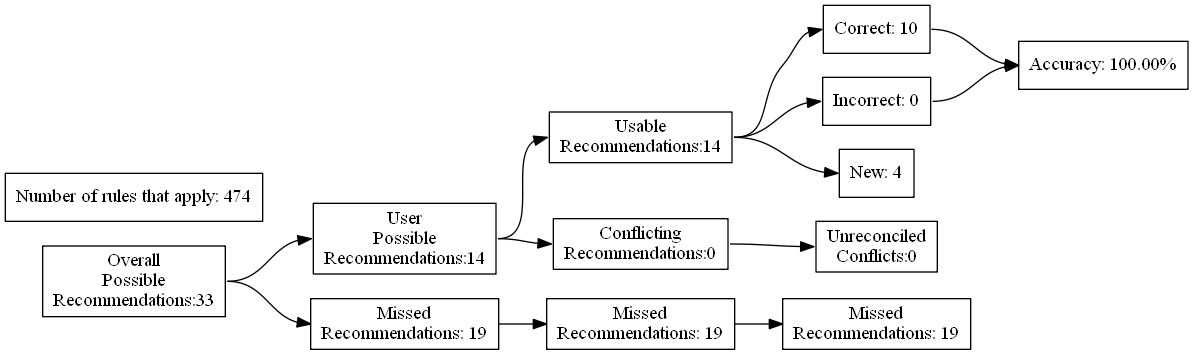
Earlier version of the Graphviz export test_renders/63.gv.png (ZaxR/ibd_diet_analysis). Its source is kept beside it as test_renders/63.gv.
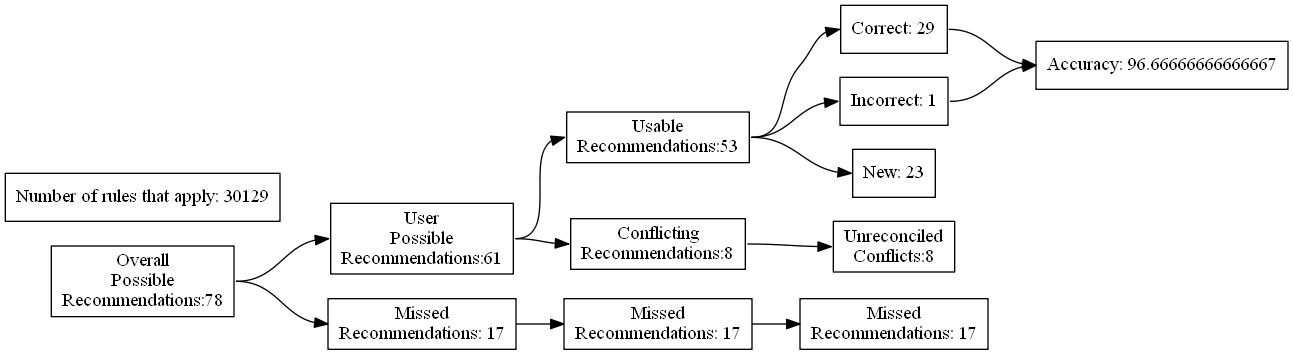
Above is the later version.

Change to the diagram source:
```diff
@@ -4,27 +4,27 @@
 	edge [headport=w tailport=e]
 		A [label="Overall
 Possible
-Recommendations:33"]
+Recommendations:78"]
 		B [label="User
 Possible
-Recommendations:14"]
+Recommendations:61"]
 		C [label="Missed
-Recommendations: 19"]
+Recommendations: 17"]
 		D [label="Usable
-Recommendations:14"]
+Recommendations:53"]
 		E [label="Conflicting
-Recommendations:0"]
+Recommendations:8"]
 		J [label="Missed
-Recommendations: 19"]
+Recommendations: 17"]
 		M [label="Unreconciled
-Conflicts:0"]
-		F [label="Correct: 10"]
-		G [label="Incorrect: 0"]
-		H [label="New: 4"]
+Conflicts:8"]
+		F [label="Correct: 29"]
+		G [label="Incorrect: 1"]
+		H [label="New: 23"]
 		K [label="Missed
-Recommendations: 19"]
-		I [label="Accuracy: 100.00%"]
-		l [label="Number of rules that apply: 474"]
+Recommendations: 17"]
+		I [label="Accuracy: 96.66666666666667"]
+		l [label="Number of rules that apply: 30129"]
 			A -> B
 			A -> C
 			B -> D
```
